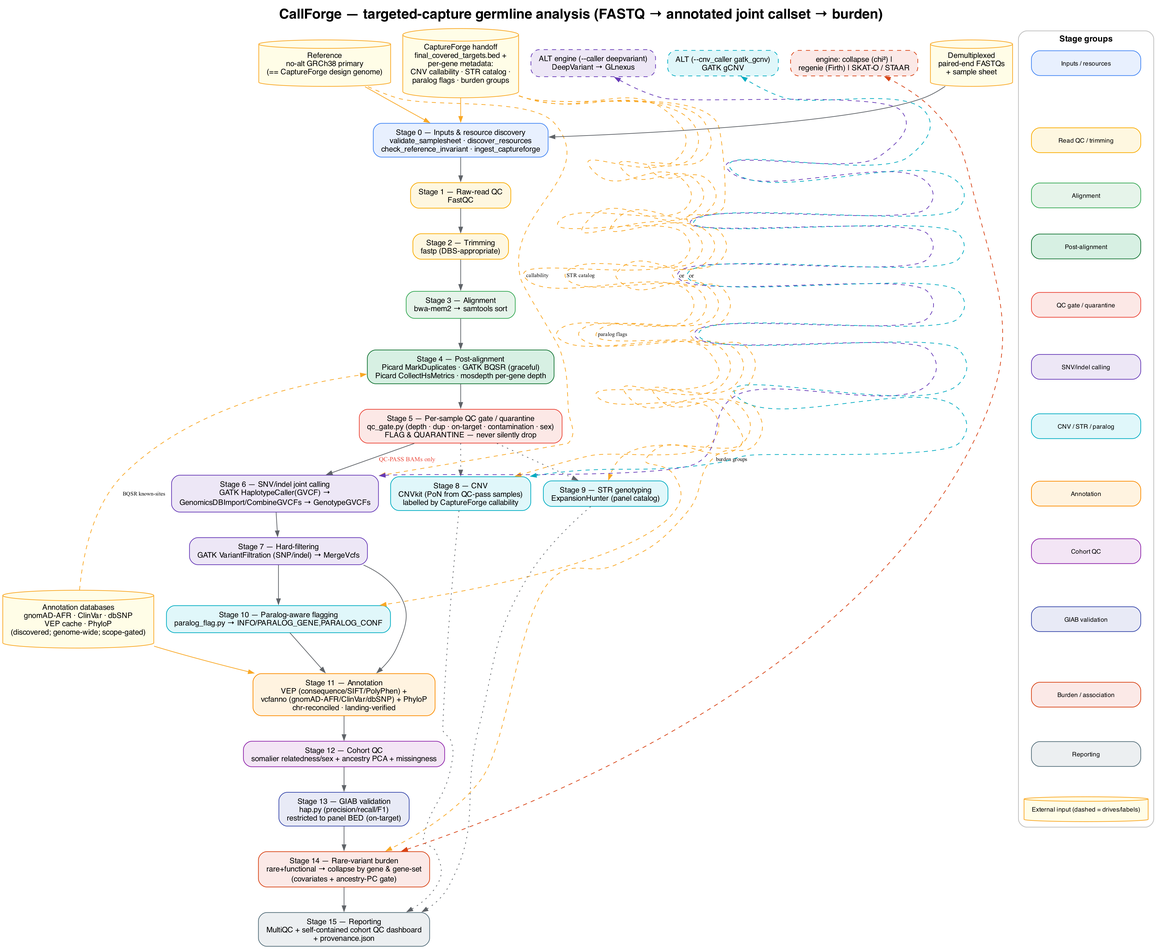
Earlier version of the Graphviz export docs/manual/figures/callforge_dag.png (aduton1000/callforge). Its source is kept beside it as docs/manual/callforge_dag.dot. The source it was exported from:
```dot
digraph CallForge {
    rankdir=TB;
    bgcolor="white";
    labelloc="t";
    fontname="Helvetica-Bold"; fontsize=20;
    label="CallForge — targeted-capture germline analysis (FASTQ → annotated joint callset → burden)";
    node [shape=box, style="rounded,filled", fontname="Helvetica", fontsize=11, margin="0.16,0.09"];
    edge [color="#5f6368", arrowsize=0.8];

    node [shape=cylinder, style="filled", fillcolor="#fffde7", color="#f9a825"];
    REF   [label="Reference\nno-alt GRCh38 primary\n(== CaptureForge design genome)"];
    CFH   [label="CaptureForge handoff\nfinal_covered_targets.bed +\nper-gene metadata:\nCNV callability · STR catalog ·\nparalog flags · burden groups"];
    DBS   [label="Annotation databases\ngnomAD-AFR · ClinVar · dbSNP\nVEP cache · PhyloP\n(discovered; genome-wide; scope-gated)"];
    FQ    [label="Demultiplexed\npaired-end FASTQs\n+ sample sheet"];

    node [shape=box, style="rounded,filled"];

    S0 [label="Stage 0 — Inputs & resource discovery\nvalidate_samplesheet · discover_resources\ncheck_reference_invariant · ingest_captureforge", fillcolor="#e8f0fe", color="#4285f4"];

    S1 [label="Stage 1 — Raw-read QC\nFastQC", fillcolor="#fef7e0", color="#f9ab00"];
    S2 [label="Stage 2 — Trimming\nfastp (DBS-appropriate)", fillcolor="#fef7e0", color="#f9ab00"];

    S3 [label="Stage 3 — Alignment\nbwa-mem2 → samtools sort", fillcolor="#e6f4ea", color="#34a853"];

    S4 [label="Stage 4 — Post-alignment\nPicard MarkDuplicates · GATK BQSR (graceful)\nPicard CollectHsMetrics · mosdepth per-gene depth", fillcolor="#d7f0e3", color="#137333"];

    S5 [label="Stage 5 — Per-sample QC gate / quarantine\nqc_gate.py (depth · dup · on-target · contamination · sex)\nFLAG & QUARANTINE — never silently drop", fillcolor="#fce8e6", color="#ea4335"];

    S6 [label="Stage 6 — SNV/indel joint calling\nGATK HaplotypeCaller(GVCF) →\nGenomicsDBImport/CombineGVCFs → GenotypeGVCFs", fillcolor="#ede7f6", color="#673ab7"];
    S6alt [label="ALT engine (--caller deepvariant)\nDeepVariant → GLnexus", fillcolor="#ede7f6", color="#673ab7", style="rounded,filled,dashed"];
    S7 [label="Stage 7 — Hard-filtering\nGATK VariantFiltration (SNP/indel) → MergeVcfs", fillcolor="#ede7f6", color="#673ab7"];

    S8 [label="Stage 8 — CNV\nCNVkit (PoN from QC-pass samples)\nlabelled by CaptureForge callability", fillcolor="#e0f7fa", color="#00acc1"];
    S8alt [label="ALT (--cnv_caller gatk_gcnv)\nGATK gCNV", fillcolor="#e0f7fa", color="#00acc1", style="rounded,filled,dashed"];
    S9 [label="Stage 9 — STR genotyping\nExpansionHunter (panel catalog)", fillcolor="#e0f7fa", color="#00acc1"];
    S10 [label="Stage 10 — Paralog-aware flagging\nparalog_flag.py → INFO/PARALOG_GENE,PARALOG_CONF", fillcolor="#e0f7fa", color="#00acc1"];

    S11 [label="Stage 11 — Annotation\nVEP (consequence/SIFT/PolyPhen) +\nvcfanno (gnomAD-AFR/ClinVar/dbSNP) + PhyloP\nchr-reconciled · landing-verified", fillcolor="#fff3e0", color="#fb8c00"];

    S12 [label="Stage 12 — Cohort QC\nsomalier relatedness/sex + ancestry PCA + missingness", fillcolor="#f3e5f5", color="#8e24aa"];

    S13 [label="Stage 13 — GIAB validation\nhap.py (precision/recall/F1)\nrestricted to panel BED (on-target)", fillcolor="#e8eaf6", color="#3949ab"];

    S14 [label="Stage 14 — Rare-variant burden\nrare+functional → collapse by gene & gene-set\n(covariates + ancestry-PC gate)", fillcolor="#fbe9e7", color="#d84315"];
    S14e [label="engine: collapse (chi²) |\nregenie (Firth) | SKAT-O / STAAR", fillcolor="#fbe9e7", color="#d84315", style="rounded,filled,dashed"];

    S15 [label="Stage 15 — Reporting\nMultiQC + self-contained cohort QC dashboard\n+ provenance.json", fillcolor="#eceff1", color="#546e7a"];

    FQ -> S0 -> S1 -> S2 -> S3 -> S4 -> S5;
    S5 -> S6 [label="QC-PASS BAMs only", fontsize=9, fontcolor="#ea4335"];
    S6 -> S7 -> S11;
    S5 -> S8 [style=dotted]; S5 -> S9 [style=dotted]; S7 -> S10;
    S8 -> S11 [style=invis]; S10 -> S11;
    S11 -> S12 -> S13 -> S14 -> S15;

    S6 -> S6alt [dir=both, style=dashed, color="#673ab7", constraint=false, label="or", fontsize=9];
    S8 -> S8alt [dir=both, style=dashed, color="#00acc1", constraint=false, label="or", fontsize=9];
    S14 -> S14e [dir=both, style=dashed, color="#d84315", constraint=false];

    S8 -> S15 [style=dotted, constraint=false]; S9 -> S15 [style=dotted, constraint=false];

    REF -> S0 [color="#f9a825"];
    REF -> S6 [color="#f9a825", style=dashed, constraint=false];
    CFH -> S0 [color="#f9a825"];
    CFH -> S8 [color="#f9a825", style=dashed, constraint=false, label="callability", fontsize=8];
    CFH -> S9 [color="#f9a825", style=dashed, constraint=false, label="STR catalog", fontsize=8];
    CFH -> S10 [color="#f9a825", style=dashed, constraint=false, label="paralog flags", fontsize=8];
    CFH -> S14 [color="#f9a825", style=dashed, constraint=false, label="burden groups", fontsize=8];
    DBS -> S11 [color="#f9a825"];
    DBS -> S4 [color="#f9a825", style=dashed, constraint=false, label="BQSR known-sites", fontsize=8];

    subgraph cluster_legend {
        label="Stage groups"; fontsize=12; fontname="Helvetica-Bold"; style="rounded"; color="#bbbbbb";
        node [shape=box, style="rounded,filled", fontsize=9, width=2.2];
        L0 [label="Inputs / resources", fillcolor="#e8f0fe", color="#4285f4"];
        L1 [label="Read QC / trimming", fillcolor="#fef7e0", color="#f9ab00"];
        L2 [label="Alignment", fillcolor="#e6f4ea", color="#34a853"];
        L3 [label="Post-alignment", fillcolor="#d7f0e3", color="#137333"];
        L4 [label="QC gate / quarantine", fillcolor="#fce8e6", color="#ea4335"];
        L5 [label="SNV/indel calling", fillcolor="#ede7f6", color="#673ab7"];
        L6 [label="CNV / STR / paralog", fillcolor="#e0f7fa", color="#00acc1"];
        L7 [label="Annotation", fillcolor="#fff3e0", color="#fb8c00"];
        L8 [label="Cohort QC", fillcolor="#f3e5f5", color="#8e24aa"];
        L9 [label="GIAB validation", fillcolor="#e8eaf6", color="#3949ab"];
        L10 [label="Burden / association", fillcolor="#fbe9e7", color="#d84315"];
        L11 [label="Reporting", fillcolor="#eceff1", color="#546e7a"];
        L12 [label="External input (dashed = drives/labels)", fillcolor="#fffde7", color="#f9a825", shape=cylinder];
        L0->L1->L2->L3->L4->L5->L6->L7->L8->L9->L10->L11->L12 [style=invis];
    }
}
```
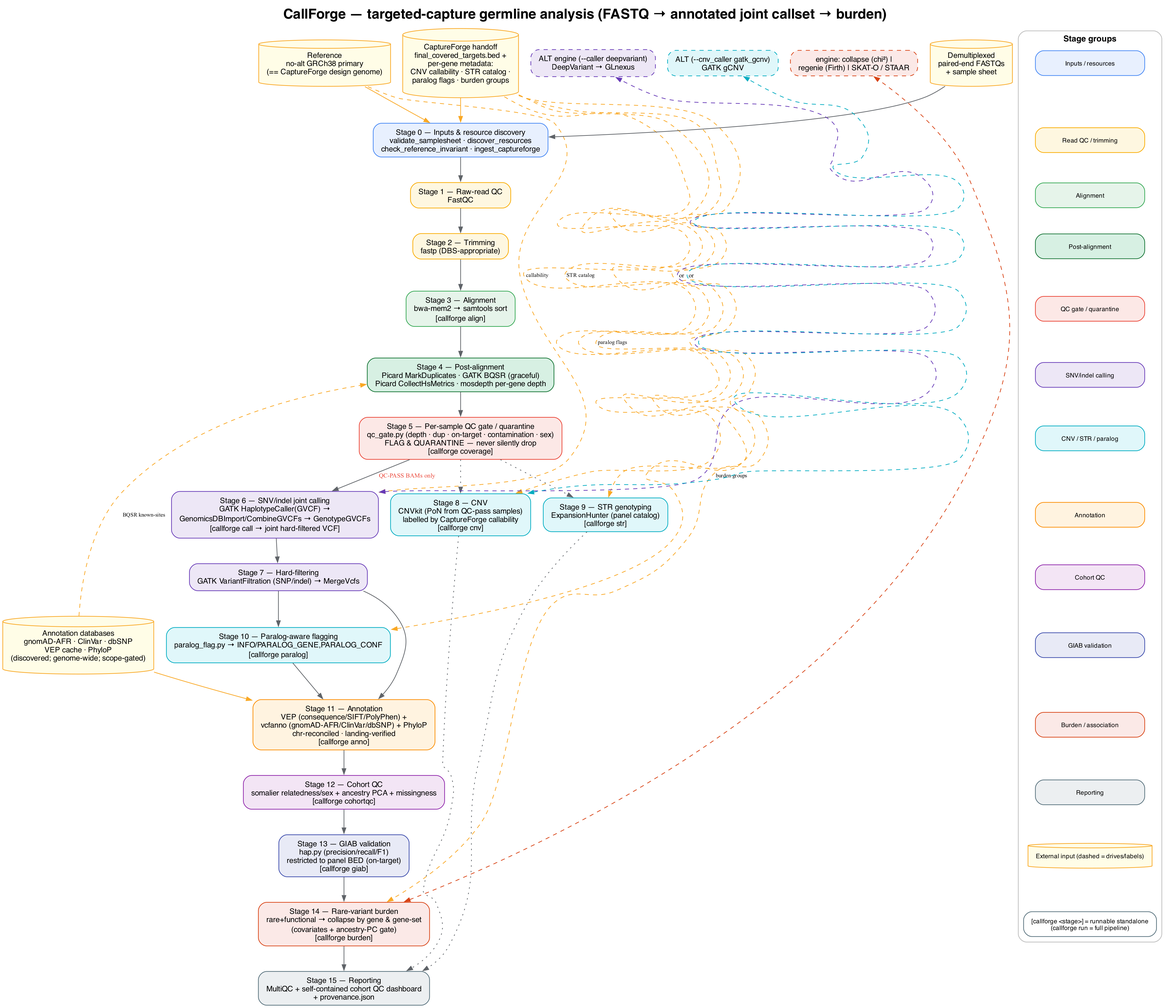
The same file after the commit.

Commit message:
docs(manual): Gate 5 — stage-subcommand reference, worked examples, DAG markers

What changed in the source:
```diff
@@ -20,28 +20,28 @@
     S1 [label="Stage 1 — Raw-read QC\nFastQC", fillcolor="#fef7e0", color="#f9ab00"];
     S2 [label="Stage 2 — Trimming\nfastp (DBS-appropriate)", fillcolor="#fef7e0", color="#f9ab00"];
 
-    S3 [label="Stage 3 — Alignment\nbwa-mem2 → samtools sort", fillcolor="#e6f4ea", color="#34a853"];
+    S3 [label="Stage 3 — Alignment\nbwa-mem2 → samtools sort\n[callforge align]", fillcolor="#e6f4ea", color="#34a853"];
 
     S4 [label="Stage 4 — Post-alignment\nPicard MarkDuplicates · GATK BQSR (graceful)\nPicard CollectHsMetrics · mosdepth per-gene depth", fillcolor="#d7f0e3", color="#137333"];
 
-    S5 [label="Stage 5 — Per-sample QC gate / quarantine\nqc_gate.py (depth · dup · on-target · contamination · sex)\nFLAG & QUARANTINE — never silently drop", fillcolor="#fce8e6", color="#ea4335"];
+    S5 [label="Stage 5 — Per-sample QC gate / quarantine\nqc_gate.py (depth · dup · on-target · contamination · sex)\nFLAG & QUARANTINE — never silently drop\n[callforge coverage]", fillcolor="#fce8e6", color="#ea4335"];
 
-    S6 [label="Stage 6 — SNV/indel joint calling\nGATK HaplotypeCaller(GVCF) →\nGenomicsDBImport/CombineGVCFs → GenotypeGVCFs", fillcolor="#ede7f6", color="#673ab7"];
+    S6 [label="Stage 6 — SNV/indel joint calling\nGATK HaplotypeCaller(GVCF) →\nGenomicsDBImport/CombineGVCFs → GenotypeGVCFs\n[callforge call → joint hard-filtered VCF]", fillcolor="#ede7f6", color="#673ab7"];
     S6alt [label="ALT engine (--caller deepvariant)\nDeepVariant → GLnexus", fillcolor="#ede7f6", color="#673ab7", style="rounded,filled,dashed"];
     S7 [label="Stage 7 — Hard-filtering\nGATK VariantFiltration (SNP/indel) → MergeVcfs", fillcolor="#ede7f6", color="#673ab7"];
 
-    S8 [label="Stage 8 — CNV\nCNVkit (PoN from QC-pass samples)\nlabelled by CaptureForge callability", fillcolor="#e0f7fa", color="#00acc1"];
+    S8 [label="Stage 8 — CNV\nCNVkit (PoN from QC-pass samples)\nlabelled by CaptureForge callability\n[callforge cnv]", fillcolor="#e0f7fa", color="#00acc1"];
     S8alt [label="ALT (--cnv_caller gatk_gcnv)\nGATK gCNV", fillcolor="#e0f7fa", color="#00acc1", style="rounded,filled,dashed"];
-    S9 [label="Stage 9 — STR genotyping\nExpansionHunter (panel catalog)", fillcolor="#e0f7fa", color="#00acc1"];
-    S10 [label="Stage 10 — Paralog-aware flagging\nparalog_flag.py → INFO/PARALOG_GENE,PARALOG_CONF", fillcolor="#e0f7fa", color="#00acc1"];
+    S9 [label="Stage 9 — STR genotyping\nExpansionHunter (panel catalog)\n[callforge str]", fillcolor="#e0f7fa", color="#00acc1"];
+    S10 [label="Stage 10 — Paralog-aware flagging\nparalog_flag.py → INFO/PARALOG_GENE,PARALOG_CONF\n[callforge paralog]", fillcolor="#e0f7fa", color="#00acc1"];
 
-    S11 [label="Stage 11 — Annotation\nVEP (consequence/SIFT/PolyPhen) +\nvcfanno (gnomAD-AFR/ClinVar/dbSNP) + PhyloP\nchr-reconciled · landing-verified", fillcolor="#fff3e0", color="#fb8c00"];
+    S11 [label="Stage 11 — Annotation\nVEP (consequence/SIFT/PolyPhen) +\nvcfanno (gnomAD-AFR/ClinVar/dbSNP) + PhyloP\nchr-reconciled · landing-verified\n[callforge anno]", fillcolor="#fff3e0", color="#fb8c00"];
 
-    S12 [label="Stage 12 — Cohort QC\nsomalier relatedness/sex + ancestry PCA + missingness", fillcolor="#f3e5f5", color="#8e24aa"];
+    S12 [label="Stage 12 — Cohort QC\nsomalier relatedness/sex + ancestry PCA + missingness\n[callforge cohortqc]", fillcolor="#f3e5f5", color="#8e24aa"];
 
-    S13 [label="Stage 13 — GIAB validation\nhap.py (precision/recall/F1)\nrestricted to panel BED (on-target)", fillcolor="#e8eaf6", color="#3949ab"];
+    S13 [label="Stage 13 — GIAB validation\nhap.py (precision/recall/F1)\nrestricted to panel BED (on-target)\n[callforge giab]", fillcolor="#e8eaf6", color="#3949ab"];
 
-    S14 [label="Stage 14 — Rare-variant burden\nrare+functional → collapse by gene & gene-set\n(covariates + ancestry-PC gate)", fillcolor="#fbe9e7", color="#d84315"];
+    S14 [label="Stage 14 — Rare-variant burden\nrare+functional → collapse by gene & gene-set\n(covariates + ancestry-PC gate)\n[callforge burden]", fillcolor="#fbe9e7", color="#d84315"];
     S14e [label="engine: collapse (chi²) |\nregenie (Firth) | SKAT-O / STAAR", fillcolor="#fbe9e7", color="#d84315", style="rounded,filled,dashed"];
 
     S15 [label="Stage 15 — Reporting\nMultiQC + self-contained cohort QC dashboard\n+ provenance.json", fillcolor="#eceff1", color="#546e7a"];
@@ -85,6 +85,7 @@
         L10 [label="Burden / association", fillcolor="#fbe9e7", color="#d84315"];
         L11 [label="Reporting", fillcolor="#eceff1", color="#546e7a"];
         L12 [label="External input (dashed = drives/labels)", fillcolor="#fffde7", color="#f9a825", shape=cylinder];
-        L0->L1->L2->L3->L4->L5->L6->L7->L8->L9->L10->L11->L12 [style=invis];
+        Lsub [label="[callforge <stage>] = runnable standalone\n(callforge run = full pipeline)", fillcolor="#ffffff", color="#546e7a"];
+        L0->L1->L2->L3->L4->L5->L6->L7->L8->L9->L10->L11->L12->Lsub [style=invis];
     }
 }
```
